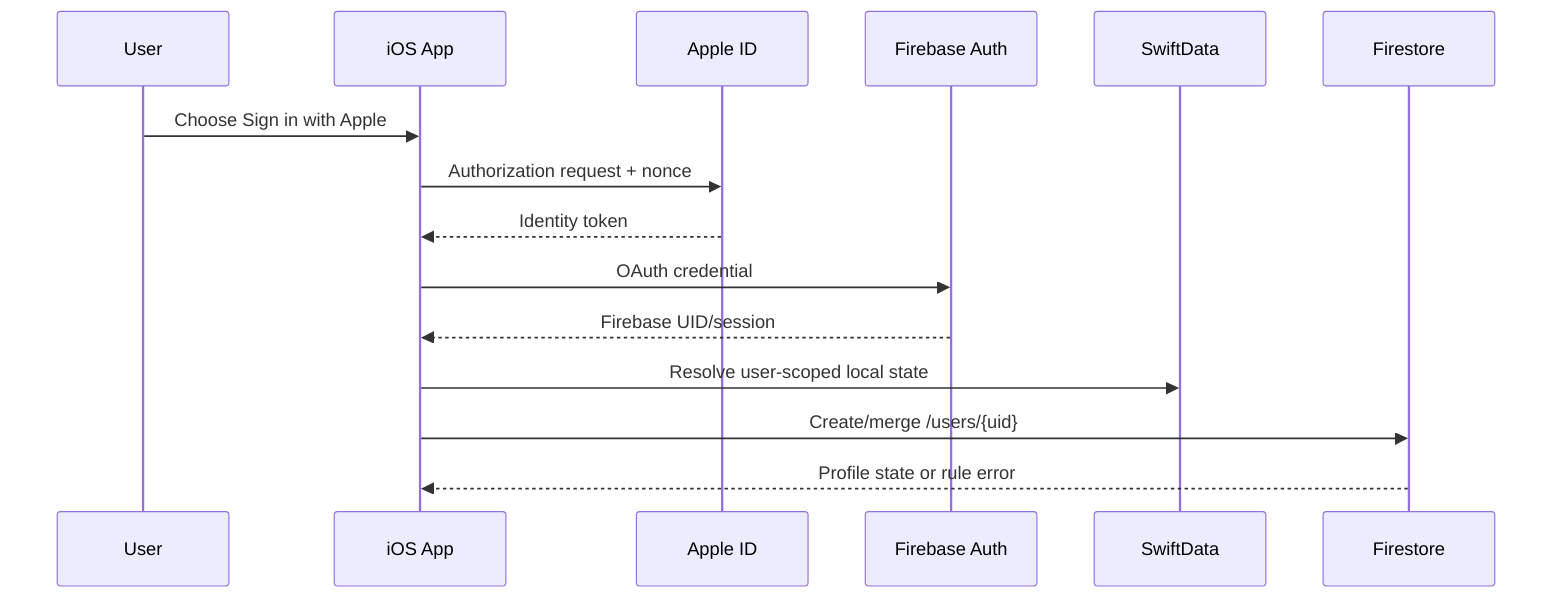
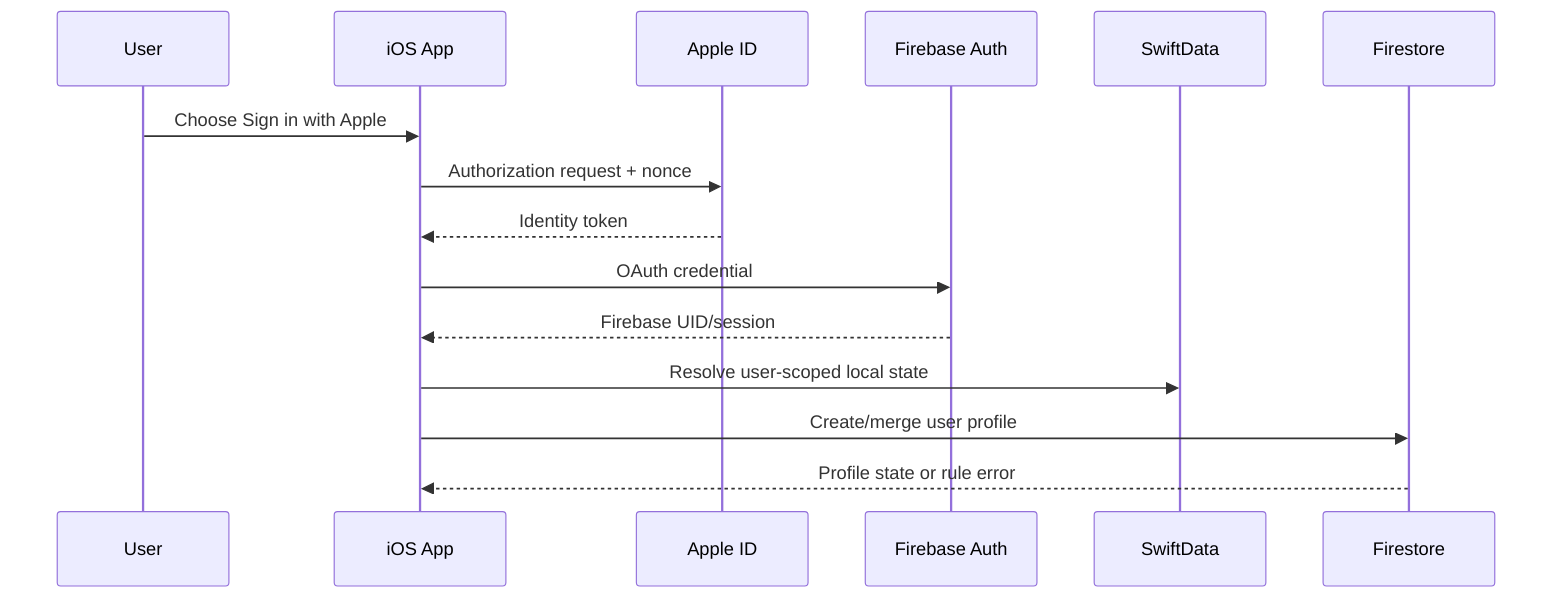
sequenceDiagram
  participant U as User
  participant A as iOS App
  participant Apple as Apple ID
  participant Auth as Firebase Auth
  participant Local as SwiftData
  participant FS as Firestore
  U->>A: Choose Sign in with Apple
  A->>Apple: Authorization request + nonce
  Apple-->>A: Identity token
  A->>Auth: OAuth credential
  Auth-->>A: Firebase UID/session
  A->>Local: Resolve user-scoped local state
-   A->>FS: Create/merge /users/{uid}
+   A->>FS: Create/merge user profile
  FS-->>A: Profile state or rule error
